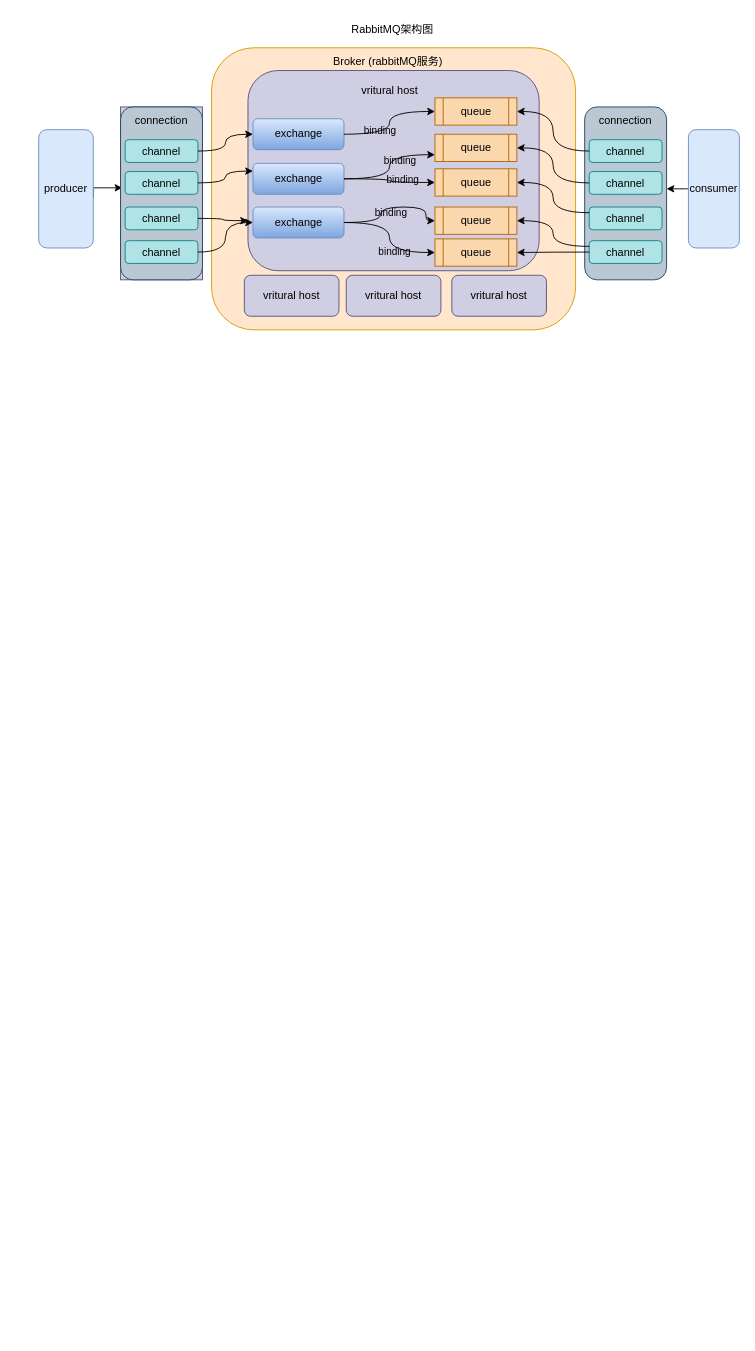
zxwin1105/note keeps this draw.io diagram as drawIo/mq/rabbitMQ.drawio. Above is the earlier version. Source tidied: cells renumbered, new cells numbered last; positions are measured from the earlier drawing's top-left corner, leaving out a move shared by most shapes. Both pictures are drawn from the tidied source at 91%, with x=0, y=0 at pixel (38, 15).
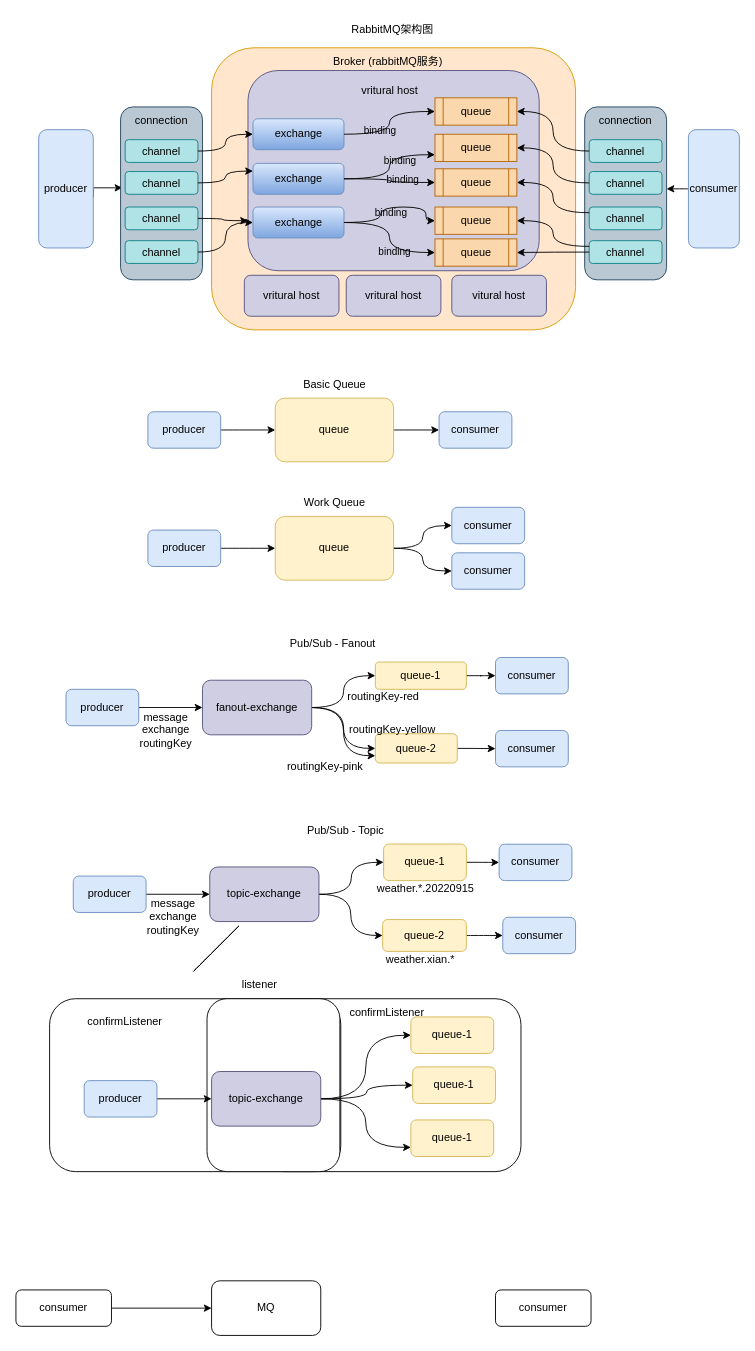
Above is the later version.

Change to the diagram source:
```diff
@@
+    <mxCell id="56" style="rounded=1;whiteSpace=wrap;html=1;" parent="1" vertex="1">
+      <mxGeometry x="240" y="1080" width="290" height="190" as="geometry" />
+    </mxCell>
@@
+    <mxCell id="57" style="rounded=1;whiteSpace=wrap;html=1;" parent="1" vertex="1">
+      <mxGeometry x="12" y="1080" width="320" height="190" as="geometry" />
+    </mxCell>
+    <mxCell id="58" style="rounded=1;whiteSpace=wrap;html=1;" parent="1" vertex="1">
+      <mxGeometry x="185" y="1080" width="146" height="190" as="geometry" />
+    </mxCell>
@@
-    <mxCell id="9" style="group;fillColor=#d0cee2;strokeColor=#56517e;" parent="1" vertex="1">
+    <mxCell id="9" style="group;fillColor=none;strokeColor=none;" parent="1" vertex="1">
       <mxGeometry x="90" y="100" width="90" height="190" as="geometry" />
     </mxCell>
@@
-    <mxCell id="46" value="vritural host" style="rounded=1;whiteSpace=wrap;html=1;labelBackgroundColor=none;fillColor=#d0cee2;strokeColor=#56517e;" parent="1" vertex="1">
+    <mxCell id="46" value="vitural host" style="rounded=1;whiteSpace=wrap;html=1;labelBackgroundColor=none;fillColor=#d0cee2;strokeColor=#56517e;" parent="1" vertex="1">
       <mxGeometry x="454" y="285" width="104" height="45" as="geometry" />
     </mxCell>
@@
+    <mxCell id="59" style="edgeStyle=orthogonalEdgeStyle;curved=1;jettySize=auto;html=1;exitX=1;exitY=0.5;exitDx=0;exitDy=0;fontColor=#000000;" parent="1" edge="1" source="60" target="63">
+      <mxGeometry relative="1" as="geometry" />
+    </mxCell>
+    <mxCell id="60" value="producer" style="rounded=1;whiteSpace=wrap;html=1;labelBackgroundColor=none;fillColor=#dae8fc;strokeColor=#6c8ebf;" parent="1" vertex="1">
+      <mxGeometry x="120" y="435" width="80" height="40" as="geometry" />
+    </mxCell>
+    <mxCell id="61" value="consumer&lt;br&gt;" style="rounded=1;whiteSpace=wrap;html=1;labelBackgroundColor=none;fillColor=#dae8fc;strokeColor=#6c8ebf;" parent="1" vertex="1">
+      <mxGeometry x="440" y="435" width="80" height="40" as="geometry" />
+    </mxCell>
+    <mxCell id="62" style="edgeStyle=orthogonalEdgeStyle;curved=1;jettySize=auto;html=1;exitX=1;exitY=0.5;exitDx=0;exitDy=0;fontColor=#000000;" parent="1" edge="1" source="63" target="61">
+      <mxGeometry relative="1" as="geometry" />
+    </mxCell>
+    <mxCell id="63" value="queue" style="rounded=1;whiteSpace=wrap;html=1;labelBackgroundColor=none;fillColor=#fff2cc;strokeColor=#d6b656;" parent="1" vertex="1">
+      <mxGeometry x="260" y="420" width="130" height="70" as="geometry" />
+    </mxCell>
+    <mxCell id="64" style="edgeStyle=orthogonalEdgeStyle;curved=1;jettySize=auto;html=1;exitX=1;exitY=0.5;exitDx=0;exitDy=0;fontColor=#000000;" parent="1" edge="1" source="65" target="69">
+      <mxGeometry relative="1" as="geometry" />
+    </mxCell>
+    <mxCell id="65" value="producer" style="rounded=1;whiteSpace=wrap;html=1;labelBackgroundColor=none;fillColor=#dae8fc;strokeColor=#6c8ebf;" parent="1" vertex="1">
+      <mxGeometry x="120" y="565" width="80" height="40" as="geometry" />
+    </mxCell>
+    <mxCell id="66" value="consumer&lt;br&gt;" style="rounded=1;whiteSpace=wrap;html=1;labelBackgroundColor=none;fillColor=#dae8fc;strokeColor=#6c8ebf;" parent="1" vertex="1">
+      <mxGeometry x="454" y="540" width="80" height="40" as="geometry" />
+    </mxCell>
+    <mxCell id="67" style="edgeStyle=orthogonalEdgeStyle;curved=1;jettySize=auto;html=1;exitX=1;exitY=0.5;exitDx=0;exitDy=0;fontColor=#000000;" parent="1" edge="1" source="69" target="66">
+      <mxGeometry relative="1" as="geometry" />
+    </mxCell>
+    <mxCell id="68" style="edgeStyle=orthogonalEdgeStyle;curved=1;jettySize=auto;html=1;exitX=1;exitY=0.5;exitDx=0;exitDy=0;entryX=0;entryY=0.5;entryDx=0;entryDy=0;fontColor=#000000;" parent="1" edge="1" source="69" target="72">
+      <mxGeometry relative="1" as="geometry" />
+    </mxCell>
+    <mxCell id="69" value="queue" style="rounded=1;whiteSpace=wrap;html=1;labelBackgroundColor=none;fillColor=#fff2cc;strokeColor=#d6b656;" parent="1" vertex="1">
+      <mxGeometry x="260" y="550" width="130" height="70" as="geometry" />
+    </mxCell>
+    <mxCell id="70" value="Basic Queue" style="text;html=1;strokeColor=none;fillColor=none;align=center;verticalAlign=middle;whiteSpace=wrap;rounded=0;labelBackgroundColor=none;fontColor=#000000;" parent="1" vertex="1">
+      <mxGeometry x="272.5" y="390" width="105" height="30" as="geometry" />
+    </mxCell>
+    <mxCell id="71" value="Work Queue" style="text;html=1;strokeColor=none;fillColor=none;align=center;verticalAlign=middle;whiteSpace=wrap;rounded=0;labelBackgroundColor=none;fontColor=#000000;" parent="1" vertex="1">
+      <mxGeometry x="272.5" y="520" width="105" height="30" as="geometry" />
+    </mxCell>
+    <mxCell id="72" value="consumer&lt;br&gt;" style="rounded=1;whiteSpace=wrap;html=1;labelBackgroundColor=none;fillColor=#dae8fc;strokeColor=#6c8ebf;" parent="1" vertex="1">
+      <mxGeometry x="454" y="590" width="80" height="40" as="geometry" />
+    </mxCell>
+    <mxCell id="73" style="edgeStyle=orthogonalEdgeStyle;rounded=0;jettySize=auto;html=1;exitX=1;exitY=0.5;exitDx=0;exitDy=0;entryX=0;entryY=0.5;entryDx=0;entryDy=0;" parent="1" edge="1" source="74" target="80">
+      <mxGeometry relative="1" as="geometry" />
+    </mxCell>
+    <mxCell id="74" value="producer" style="rounded=1;whiteSpace=wrap;html=1;labelBackgroundColor=none;fillColor=#dae8fc;strokeColor=#6c8ebf;" parent="1" vertex="1">
+      <mxGeometry x="30" y="740" width="80" height="40" as="geometry" />
+    </mxCell>
+    <mxCell id="75" value="consumer&lt;br&gt;" style="rounded=1;whiteSpace=wrap;html=1;labelBackgroundColor=none;fillColor=#dae8fc;strokeColor=#6c8ebf;" parent="1" vertex="1">
+      <mxGeometry x="502" y="785.2" width="80" height="40" as="geometry" />
+    </mxCell>
+    <mxCell id="76" value="consumer&lt;br&gt;" style="rounded=1;whiteSpace=wrap;html=1;labelBackgroundColor=none;fillColor=#dae8fc;strokeColor=#6c8ebf;" parent="1" vertex="1">
+      <mxGeometry x="502" y="705" width="80" height="40" as="geometry" />
+    </mxCell>
+    <mxCell id="77" style="edgeStyle=orthogonalEdgeStyle;rounded=0;jettySize=auto;html=1;exitX=1;exitY=0.5;exitDx=0;exitDy=0;entryX=0;entryY=0.5;entryDx=0;entryDy=0;curved=1;" parent="1" edge="1" source="80" target="82">
+      <mxGeometry relative="1" as="geometry" />
+    </mxCell>
+    <mxCell id="78" style="edgeStyle=orthogonalEdgeStyle;curved=1;rounded=0;jettySize=auto;html=1;exitX=1;exitY=0.5;exitDx=0;exitDy=0;" parent="1" edge="1" source="80" target="84">
+      <mxGeometry relative="1" as="geometry" />
+    </mxCell>
+    <mxCell id="79" style="edgeStyle=orthogonalEdgeStyle;curved=1;rounded=0;jettySize=auto;html=1;exitX=1;exitY=0.5;exitDx=0;exitDy=0;entryX=0;entryY=0.75;entryDx=0;entryDy=0;" parent="1" edge="1" source="80" target="84">
+      <mxGeometry relative="1" as="geometry" />
+    </mxCell>
+    <mxCell id="80" value="fanout-exchange" style="rounded=1;whiteSpace=wrap;html=1;fillColor=#d0cee2;strokeColor=#56517e;" parent="1" vertex="1">
+      <mxGeometry x="180" y="730" width="120" height="60" as="geometry" />
+    </mxCell>
+    <mxCell id="81" style="edgeStyle=orthogonalEdgeStyle;curved=1;rounded=0;jettySize=auto;html=1;exitX=1;exitY=0.5;exitDx=0;exitDy=0;" parent="1" edge="1" source="82" target="76">
+      <mxGeometry relative="1" as="geometry" />
+    </mxCell>
+    <mxCell id="82" value="queue-1" style="rounded=1;whiteSpace=wrap;html=1;fillColor=#fff2cc;strokeColor=#d6b656;" parent="1" vertex="1">
+      <mxGeometry x="370" y="710" width="100" height="30" as="geometry" />
+    </mxCell>
+    <mxCell id="83" style="edgeStyle=orthogonalEdgeStyle;curved=1;rounded=0;jettySize=auto;html=1;" parent="1" edge="1" source="84" target="75">
+      <mxGeometry relative="1" as="geometry" />
+    </mxCell>
+    <mxCell id="84" value="queue-2" style="rounded=1;whiteSpace=wrap;html=1;fillColor=#fff2cc;strokeColor=#d6b656;" parent="1" vertex="1">
+      <mxGeometry x="370" y="788.8" width="90" height="32.2" as="geometry" />
+    </mxCell>
+    <mxCell id="85" value="Pub/Sub - Fanout" style="text;html=1;strokeColor=none;fillColor=none;align=center;verticalAlign=middle;whiteSpace=wrap;rounded=0;labelBackgroundColor=none;fontColor=#000000;" parent="1" vertex="1">
+      <mxGeometry x="271" y="675" width="105" height="30" as="geometry" />
+    </mxCell>
+    <mxCell id="86" value="message&lt;br&gt;exchange&lt;br&gt;routingKey" style="text;html=1;strokeColor=none;fillColor=none;align=center;verticalAlign=middle;whiteSpace=wrap;rounded=0;" parent="1" vertex="1">
+      <mxGeometry x="110" y="770" width="60" height="30" as="geometry" />
+    </mxCell>
+    <mxCell id="87" value="routingKey-red" style="text;html=1;strokeColor=none;fillColor=none;align=center;verticalAlign=middle;whiteSpace=wrap;rounded=0;" parent="1" vertex="1">
+      <mxGeometry x="334.5" y="733" width="88" height="30" as="geometry" />
+    </mxCell>
+    <mxCell id="88" style="edgeStyle=orthogonalEdgeStyle;rounded=0;jettySize=auto;html=1;exitX=1;exitY=0.5;exitDx=0;exitDy=0;entryX=0;entryY=0.5;entryDx=0;entryDy=0;" parent="1" edge="1" source="89" target="94">
+      <mxGeometry relative="1" as="geometry" />
+    </mxCell>
+    <mxCell id="89" value="producer" style="rounded=1;whiteSpace=wrap;html=1;labelBackgroundColor=none;fillColor=#dae8fc;strokeColor=#6c8ebf;" parent="1" vertex="1">
+      <mxGeometry x="38" y="945.2" width="80" height="40" as="geometry" />
+    </mxCell>
+    <mxCell id="90" value="consumer&lt;br&gt;" style="rounded=1;whiteSpace=wrap;html=1;labelBackgroundColor=none;fillColor=#dae8fc;strokeColor=#6c8ebf;" parent="1" vertex="1">
+      <mxGeometry x="510" y="990.5" width="80" height="40" as="geometry" />
+    </mxCell>
+    <mxCell id="91" value="consumer&lt;br&gt;" style="rounded=1;whiteSpace=wrap;html=1;labelBackgroundColor=none;fillColor=#dae8fc;strokeColor=#6c8ebf;" parent="1" vertex="1">
+      <mxGeometry x="506" y="910.2" width="80" height="40" as="geometry" />
+    </mxCell>
+    <mxCell id="92" style="edgeStyle=orthogonalEdgeStyle;rounded=0;jettySize=auto;html=1;exitX=1;exitY=0.5;exitDx=0;exitDy=0;entryX=0;entryY=0.5;entryDx=0;entryDy=0;curved=1;" parent="1" edge="1" source="94" target="96">
+      <mxGeometry relative="1" as="geometry" />
+    </mxCell>
+    <mxCell id="93" style="edgeStyle=orthogonalEdgeStyle;curved=1;rounded=0;jettySize=auto;html=1;exitX=1;exitY=0.5;exitDx=0;exitDy=0;" parent="1" edge="1" source="94" target="98">
+      <mxGeometry relative="1" as="geometry" />
+    </mxCell>
+    <mxCell id="94" value="topic-exchange" style="rounded=1;whiteSpace=wrap;html=1;fillColor=#d0cee2;strokeColor=#56517e;" parent="1" vertex="1">
+      <mxGeometry x="188" y="935.2" width="120" height="60" as="geometry" />
+    </mxCell>
+    <mxCell id="95" style="edgeStyle=orthogonalEdgeStyle;curved=1;rounded=0;jettySize=auto;html=1;exitX=1;exitY=0.5;exitDx=0;exitDy=0;" parent="1" edge="1" source="96" target="91">
+      <mxGeometry relative="1" as="geometry" />
+    </mxCell>
+    <mxCell id="96" value="queue-1" style="rounded=1;whiteSpace=wrap;html=1;fillColor=#fff2cc;strokeColor=#d6b656;" parent="1" vertex="1">
+      <mxGeometry x="379" y="910" width="91" height="40.2" as="geometry" />
+    </mxCell>
+    <mxCell id="97" style="edgeStyle=orthogonalEdgeStyle;curved=1;rounded=0;jettySize=auto;html=1;" parent="1" edge="1" source="98" target="90">
+      <mxGeometry relative="1" as="geometry" />
+    </mxCell>
+    <mxCell id="98" value="queue-2" style="rounded=1;whiteSpace=wrap;html=1;fillColor=#fff2cc;strokeColor=#d6b656;" parent="1" vertex="1">
+      <mxGeometry x="378" y="993" width="92" height="35" as="geometry" />
+    </mxCell>
+    <mxCell id="99" value="Pub/Sub - Topic" style="text;html=1;strokeColor=none;fillColor=none;align=center;verticalAlign=middle;whiteSpace=wrap;rounded=0;labelBackgroundColor=none;fontColor=#000000;" parent="1" vertex="1">
+      <mxGeometry x="285" y="880" width="105" height="30" as="geometry" />
+    </mxCell>
+    <mxCell id="100" value="message&lt;br&gt;exchange&lt;br&gt;routingKey" style="text;html=1;strokeColor=none;fillColor=none;align=center;verticalAlign=middle;whiteSpace=wrap;rounded=0;" parent="1" vertex="1">
+      <mxGeometry x="118" y="975.2" width="60" height="30" as="geometry" />
+    </mxCell>
+    <mxCell id="101" value="routingKey-pink" style="text;html=1;strokeColor=none;fillColor=none;align=center;verticalAlign=middle;whiteSpace=wrap;rounded=0;" parent="1" vertex="1">
+      <mxGeometry x="271" y="810" width="88" height="30" as="geometry" />
+    </mxCell>
+    <mxCell id="102" value="weather.*.20220915" style="text;whiteSpace=wrap;html=1;" parent="1" vertex="1">
+      <mxGeometry x="370" y="945.2" width="130" height="30" as="geometry" />
+    </mxCell>
+    <mxCell id="103" value="weather.xian.*" style="text;whiteSpace=wrap;html=1;" parent="1" vertex="1">
+      <mxGeometry x="380" y="1023" width="100" height="30" as="geometry" />
+    </mxCell>
+    <mxCell id="104" value="listener" style="text;html=1;strokeColor=none;fillColor=none;align=center;verticalAlign=middle;whiteSpace=wrap;rounded=0;" parent="1" vertex="1">
+      <mxGeometry x="212.5" y="1050" width="60" height="30" as="geometry" />
+    </mxCell>
+    <mxCell id="105" style="edgeStyle=orthogonalEdgeStyle;curved=1;rounded=0;jettySize=auto;html=1;exitX=1;exitY=0.5;exitDx=0;exitDy=0;" parent="1" edge="1" source="106">
+      <mxGeometry relative="1" as="geometry">
+        <mxPoint x="190" y="1190" as="targetPoint" />
+      </mxGeometry>
+    </mxCell>
+    <mxCell id="106" value="producer" style="rounded=1;whiteSpace=wrap;html=1;labelBackgroundColor=none;fillColor=#dae8fc;strokeColor=#6c8ebf;" parent="1" vertex="1">
+      <mxGeometry x="50" y="1170" width="80" height="40" as="geometry" />
+    </mxCell>
+    <mxCell id="107" style="edgeStyle=orthogonalEdgeStyle;curved=1;rounded=0;jettySize=auto;html=1;exitX=1;exitY=0.5;exitDx=0;exitDy=0;entryX=0;entryY=0.5;entryDx=0;entryDy=0;" parent="1" edge="1" source="110" target="113">
+      <mxGeometry relative="1" as="geometry" />
+    </mxCell>
+    <mxCell id="108" style="edgeStyle=orthogonalEdgeStyle;curved=1;rounded=0;jettySize=auto;html=1;exitX=1;exitY=0.5;exitDx=0;exitDy=0;entryX=0;entryY=0.5;entryDx=0;entryDy=0;" parent="1" edge="1" source="110" target="114">
+      <mxGeometry relative="1" as="geometry" />
+    </mxCell>
+    <mxCell id="109" style="edgeStyle=orthogonalEdgeStyle;curved=1;rounded=0;jettySize=auto;html=1;exitX=1;exitY=0.5;exitDx=0;exitDy=0;entryX=0;entryY=0.75;entryDx=0;entryDy=0;" parent="1" edge="1" source="110" target="115">
+      <mxGeometry relative="1" as="geometry" />
+    </mxCell>
+    <mxCell id="110" value="topic-exchange" style="rounded=1;whiteSpace=wrap;html=1;fillColor=#d0cee2;strokeColor=#56517e;" parent="1" vertex="1">
+      <mxGeometry x="190" y="1160" width="120" height="60" as="geometry" />
+    </mxCell>
+    <mxCell id="111" value="confirmListener" style="text;html=1;strokeColor=none;fillColor=none;align=center;verticalAlign=middle;whiteSpace=wrap;rounded=0;" parent="1" vertex="1">
+      <mxGeometry x="50" y="1090" width="90" height="30" as="geometry" />
+    </mxCell>
+    <mxCell id="112" value="routingKey-yellow" style="text;html=1;strokeColor=none;fillColor=none;align=center;verticalAlign=middle;whiteSpace=wrap;rounded=0;" parent="1" vertex="1">
+      <mxGeometry x="338" y="770" width="102" height="30" as="geometry" />
+    </mxCell>
+    <mxCell id="113" value="queue-1" style="rounded=1;whiteSpace=wrap;html=1;fillColor=#fff2cc;strokeColor=#d6b656;" parent="1" vertex="1">
+      <mxGeometry x="409" y="1100" width="91" height="40.2" as="geometry" />
+    </mxCell>
+    <mxCell id="114" value="queue-1" style="rounded=1;whiteSpace=wrap;html=1;fillColor=#fff2cc;strokeColor=#d6b656;" parent="1" vertex="1">
+      <mxGeometry x="411" y="1154.9" width="91" height="40.2" as="geometry" />
+    </mxCell>
+    <mxCell id="115" value="queue-1" style="rounded=1;whiteSpace=wrap;html=1;fillColor=#fff2cc;strokeColor=#d6b656;" parent="1" vertex="1">
+      <mxGeometry x="409" y="1213.2" width="91" height="40.2" as="geometry" />
+    </mxCell>
+    <mxCell id="116" style="endArrow=none;html=1;rounded=0;curved=1;" parent="1" edge="1">
+      <mxGeometry relative="1" as="geometry">
+        <mxPoint x="170" y="1050" as="sourcePoint" />
+        <mxPoint x="220" y="1000" as="targetPoint" />
+      </mxGeometry>
+    </mxCell>
+    <mxCell id="117" style="endArrow=none;html=1;rounded=0;curved=1;" parent="1" edge="1">
+      <mxGeometry relative="1" as="geometry">
+        <mxPoint x="170" y="1050" as="sourcePoint" />
+        <mxPoint x="220" y="1000" as="targetPoint" />
+      </mxGeometry>
+    </mxCell>
+    <mxCell id="118" value="confirmListener" style="text;html=1;strokeColor=none;fillColor=none;align=center;verticalAlign=middle;whiteSpace=wrap;rounded=0;" parent="1" vertex="1">
+      <mxGeometry x="338" y="1080" width="90" height="30" as="geometry" />
+    </mxCell>
+    <mxCell id="119" style="edgeStyle=orthogonalEdgeStyle;curved=1;rounded=0;jettySize=auto;html=1;exitX=1;exitY=0.5;exitDx=0;exitDy=0;" parent="1" edge="1" source="120">
+      <mxGeometry relative="1" as="geometry">
+        <mxPoint x="190" y="1420" as="targetPoint" />
+      </mxGeometry>
+    </mxCell>
+    <mxCell id="120" value="consumer" style="rounded=1;whiteSpace=wrap;html=1;" parent="1" vertex="1">
+      <mxGeometry x="-25" y="1400" width="105" height="40" as="geometry" />
+    </mxCell>
+    <mxCell id="121" value="consumer" style="rounded=1;whiteSpace=wrap;html=1;" parent="1" vertex="1">
+      <mxGeometry x="502" y="1400" width="105" height="40" as="geometry" />
+    </mxCell>
+    <mxCell id="122" value="MQ" style="rounded=1;whiteSpace=wrap;html=1;" parent="1" vertex="1">
+      <mxGeometry x="190" y="1390" width="120" height="60" as="geometry" />
+    </mxCell>
```
